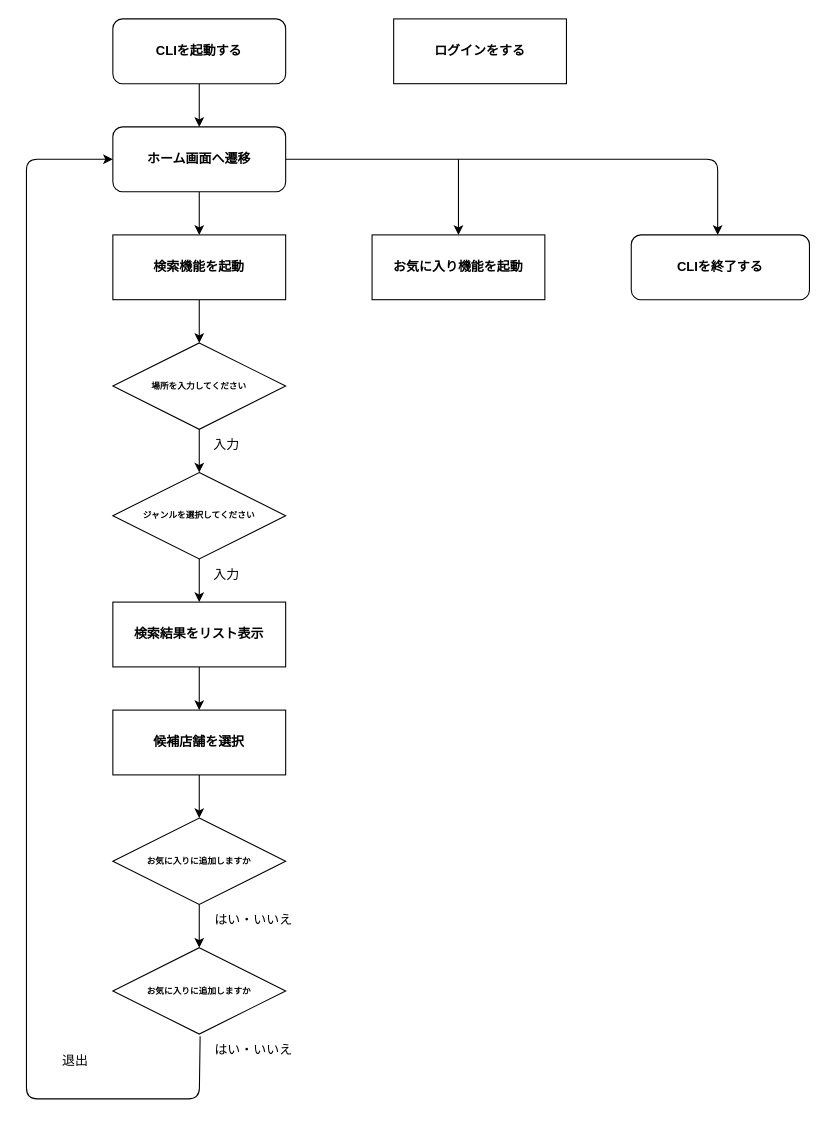
Earlier version of the draw.io diagram page "検索機能" (2 of 2) of docs/flowchart/flow.drawio (taga3s/pecopeco). Source tidied: cells renumbered, new cells numbered last; positions are measured from the earlier drawing's top-left corner, leaving out a move shared by most shapes. Both pictures are drawn from the tidied source at 108%, with x=0, y=0 at pixel (26, 18).
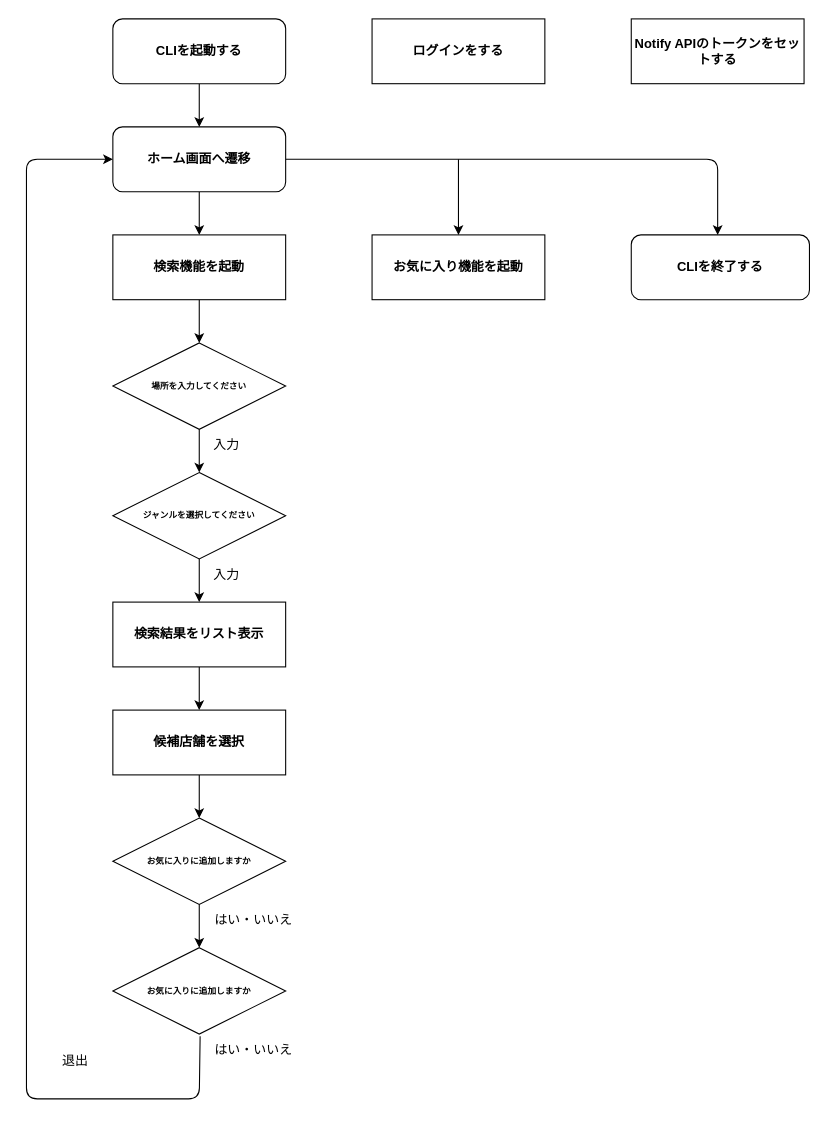
Above is the later version.

What changed in the source:
```diff
@@
     <mxCell id="4" value="&lt;b&gt;ログインをする&lt;/b&gt;" style="rounded=0;whiteSpace=wrap;html=1;" parent="1" vertex="1">
-      <mxGeometry x="340" width="160" height="60" as="geometry" />
+      <mxGeometry x="320" width="160" height="60" as="geometry" />
     </mxCell>
@@
+    <mxCell id="30" value="&lt;b&gt;Notify APIのトークンをセットする&lt;/b&gt;" style="rounded=0;whiteSpace=wrap;html=1;" parent="1" vertex="1">
+      <mxGeometry x="560" width="160" height="60" as="geometry" />
+    </mxCell>
```
